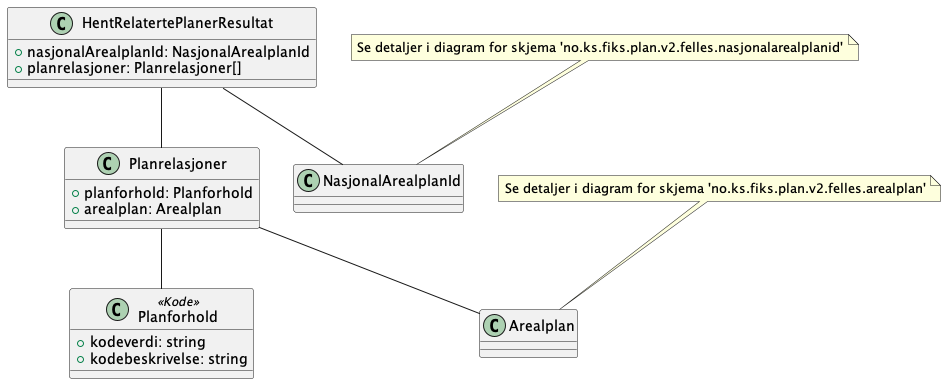
Before: Dokumentasjon/V2/ClassDiagrams/no.ks.fiks.plan.v2.innsyn.relaterteplaner.hent.resultat/relaterteplaner-hent-resultat.png, a diagram exported from PlantUML (ks-no/fiks-plan-specification). The source it was exported from:
```plantuml
@startuml

class HentRelatertePlanerResultat {
    +nasjonalArealplanId: NasjonalArealplanId
    +planrelasjoner: Planrelasjoner[]
}

class Planrelasjoner {
    +planforhold: Planforhold
    +arealplan: Arealplan
}

class Planforhold <<Kode>> {
    +kodeverdi: string
    +kodebeskrivelse: string
}

HentRelatertePlanerResultat -- NasjonalArealplanId
HentRelatertePlanerResultat -- Planrelasjoner
Planrelasjoner -- Arealplan
Planrelasjoner -- Planforhold

note top of NasjonalArealplanId : Se detaljer i diagram for skjema 'no.ks.fiks.plan.v2.felles.nasjonalarealplanid'
note top of Arealplan : Se detaljer i diagram for skjema 'no.ks.fiks.plan.v2.felles.arealplan'

@enduml
```
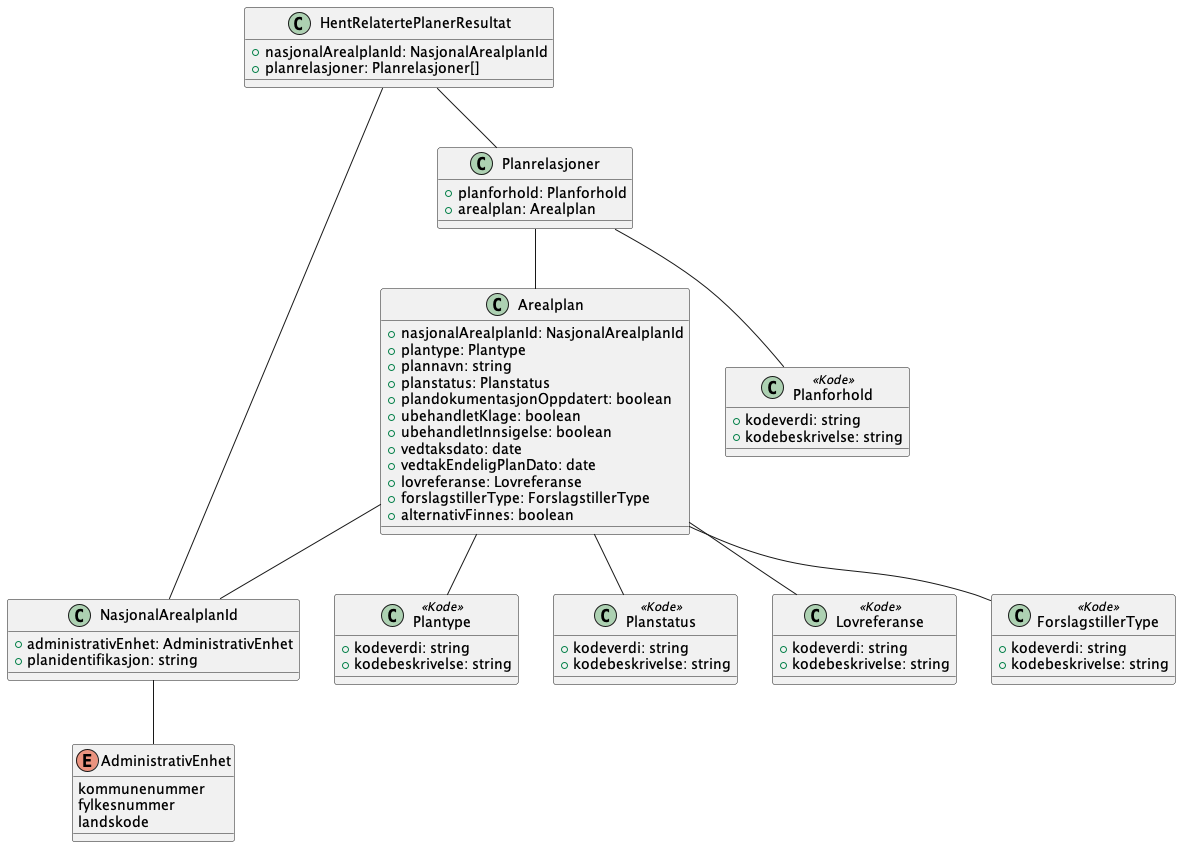
After the change.

Change to the diagram source:
```diff
@@ -1,4 +1,6 @@
 @startuml
+!include ./../no.ks.fiks.plan.v2.felles.arealplan/arealplan.pu
+!include ./../no.ks.fiks.plan.v2.felles.nasjonalarealplanid/nasjonalarealplanid.pu
 
 class HentRelatertePlanerResultat {
     +nasjonalArealplanId: NasjonalArealplanId
@@ -20,7 +22,4 @@
 Planrelasjoner -- Arealplan
 Planrelasjoner -- Planforhold
 
-note top of NasjonalArealplanId : Se detaljer i diagram for skjema 'no.ks.fiks.plan.v2.felles.nasjonalarealplanid'
-note top of Arealplan : Se detaljer i diagram for skjema 'no.ks.fiks.plan.v2.felles.arealplan'
-
 @enduml
```
